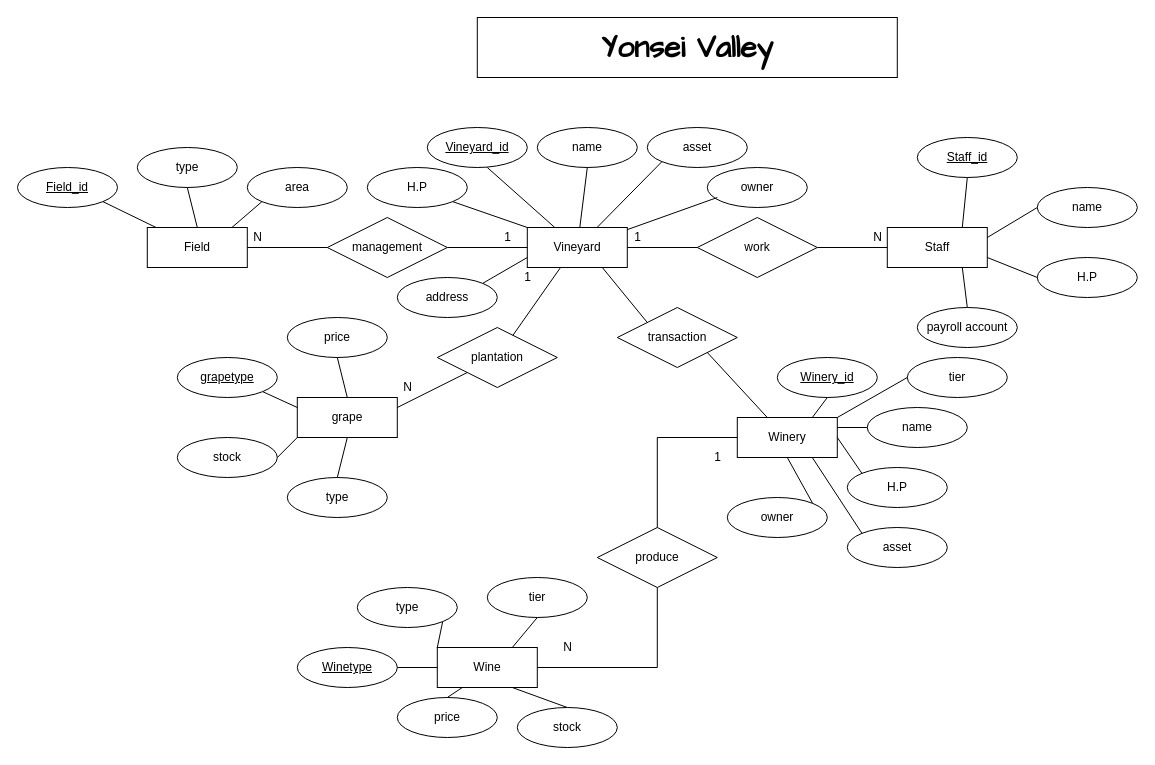
Nongju-3000/Yonsei-Valley keeps this draw.io diagram as YonseiValley_ERD.drawio. Above is the earlier version. Source tidied: cells renumbered, new cells numbered last; positions are measured from the earlier drawing's top-left corner, leaving out a move shared by most shapes. Both pictures are drawn from the tidied source at 100%, with x=0, y=0 at pixel (17, 17).
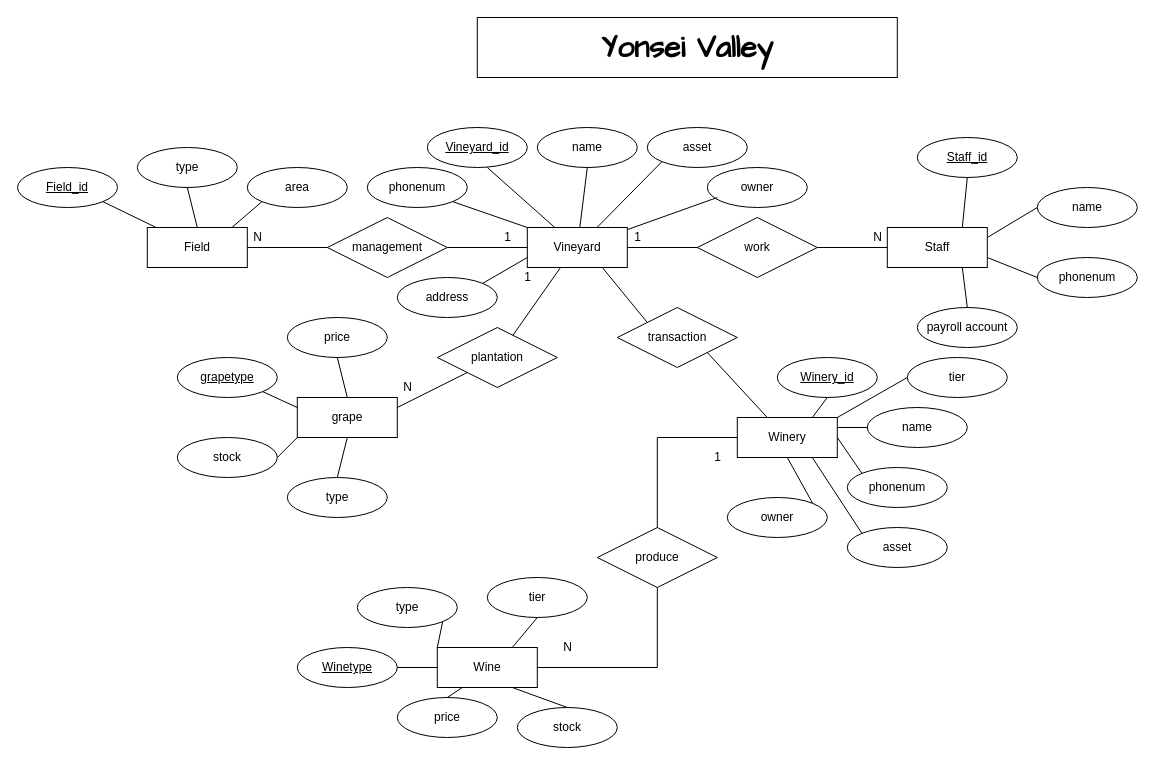
The same page after the edit.

Diff of the diagram source:
```diff
@@
-    <mxCell id="17" value="H.P" style="ellipse;whiteSpace=wrap;html=1;align=center;" parent="1" vertex="1">
+    <mxCell id="17" value="phonenum" style="ellipse;whiteSpace=wrap;html=1;align=center;" parent="1" vertex="1">
       <mxGeometry x="1019.8" y="240" width="100" height="40" as="geometry" />
     </mxCell>
@@
-    <mxCell id="31" value="H.P" style="ellipse;whiteSpace=wrap;html=1;align=center;" parent="1" vertex="1">
+    <mxCell id="31" value="phonenum" style="ellipse;whiteSpace=wrap;html=1;align=center;" parent="1" vertex="1">
       <mxGeometry x="349.8" y="150" width="100" height="40" as="geometry" />
     </mxCell>
@@
-    <mxCell id="62" value="H.P" style="ellipse;whiteSpace=wrap;html=1;align=center;" parent="1" vertex="1">
+    <mxCell id="62" value="phonenum" style="ellipse;whiteSpace=wrap;html=1;align=center;" parent="1" vertex="1">
       <mxGeometry x="829.8" y="450" width="100" height="40" as="geometry" />
     </mxCell>
```
